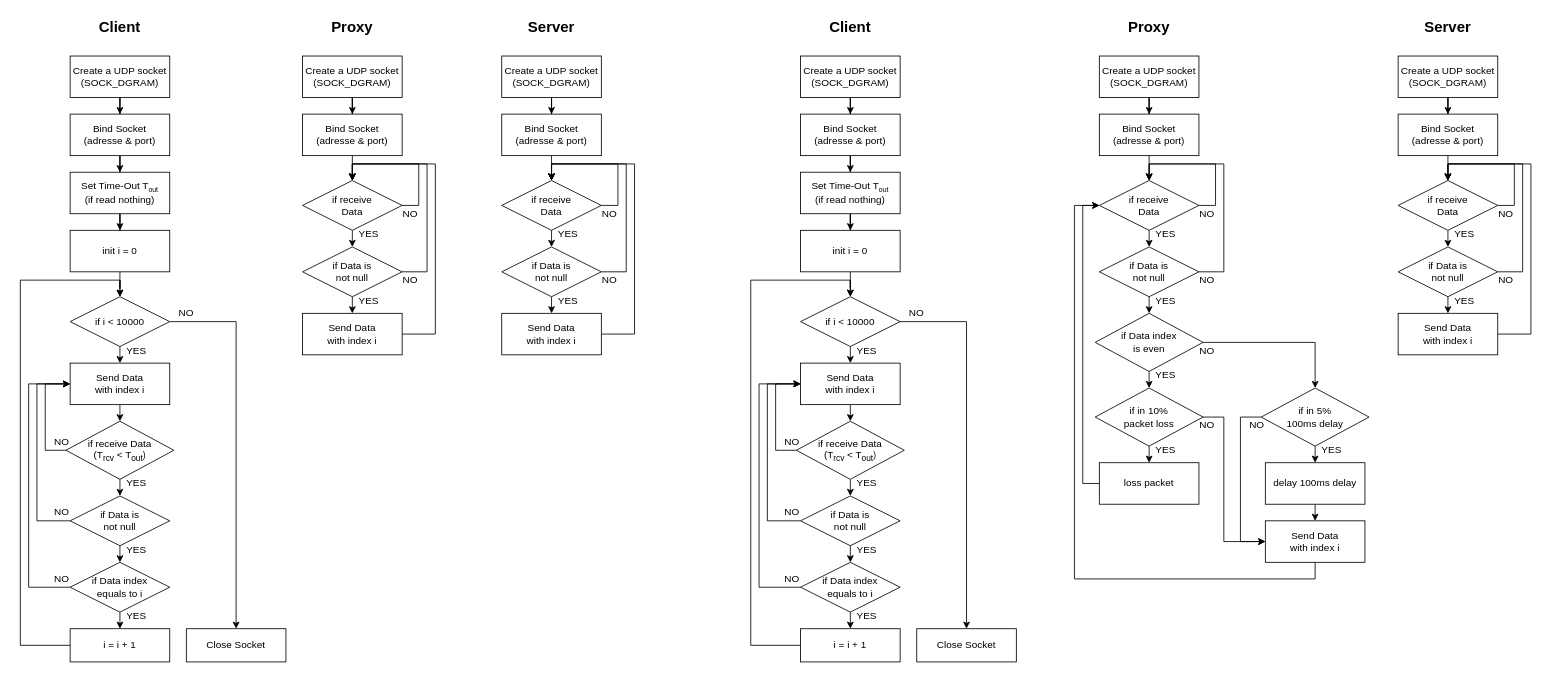
Before: flow chart.drawio in timlin0307/Socekt_Programming_Investigation, a draw.io diagram. Source tidied: cells renumbered, new cells numbered last; positions are measured from the earlier drawing's top-left corner, leaving out a move shared by most shapes. Both pictures are drawn from the tidied source at 83%, with x=0, y=0 at pixel (20, 14).
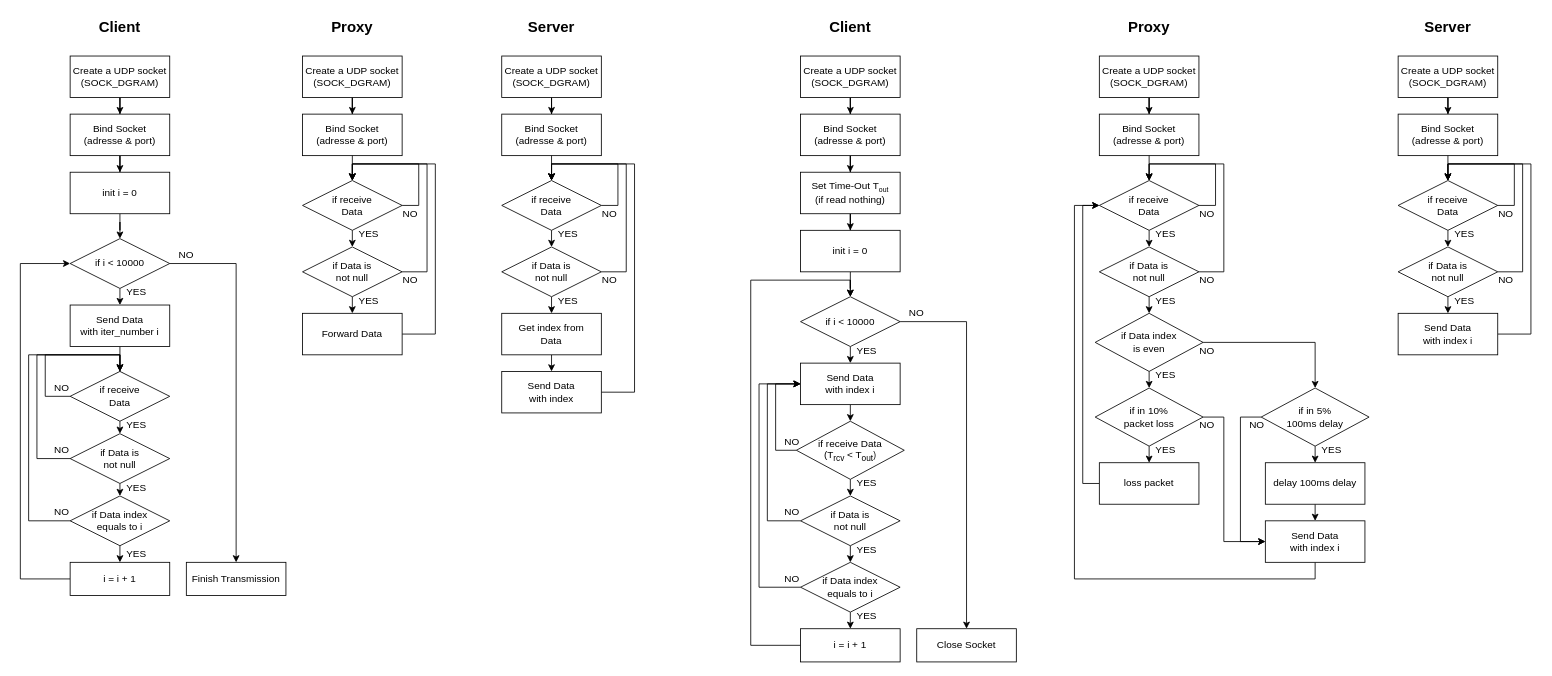
After the change.

Unchanged cells that the change refers to:
```xml
<mxCell id="5" value="Bind Socket&lt;br&gt;(adresse &amp;amp; port)" style="rounded=0;whiteSpace=wrap;html=1;" parent="1" vertex="1">
  <mxGeometry x="60" y="120" width="120" height="50" as="geometry" />
</mxCell>
<mxCell id="57" value="if receive&lt;br&gt;Data" style="rhombus;whiteSpace=wrap;html=1;" parent="1" vertex="1">
  <mxGeometry x="580" y="200" width="120" height="60" as="geometry" />
</mxCell>
```

Diff of the diagram source:
```diff
@@
-    <mxCell id="4" style="edgeStyle=orthogonalEdgeStyle;rounded=0;jettySize=auto;html=1;entryX=0.5;entryY=0;entryDx=0;entryDy=0;" parent="1" edge="1" source="5" target="7">
+    <mxCell id="4" style="edgeStyle=orthogonalEdgeStyle;rounded=0;jettySize=auto;html=1;entryX=0.5;entryY=0;entryDx=0;entryDy=0;" parent="1" edge="1" source="5" target="17">
       <mxGeometry relative="1" as="geometry" />
     </mxCell>
@@
-    <mxCell id="6" style="edgeStyle=orthogonalEdgeStyle;rounded=0;jettySize=auto;html=1;entryX=0.5;entryY=0;entryDx=0;entryDy=0;" parent="1" edge="1" source="7" target="17">
-      <mxGeometry relative="1" as="geometry" />
-    </mxCell>
-    <mxCell id="7" value="Set Time-Out T&lt;span style=&quot;font-size: 10px;&quot;&gt;&lt;sub&gt;out&lt;/sub&gt;&lt;/span&gt;&lt;br&gt;(if read nothing)" style="rounded=0;whiteSpace=wrap;html=1;" parent="1" vertex="1">
-      <mxGeometry x="60" y="190" width="120" height="50" as="geometry" />
-    </mxCell>
@@
     <mxCell id="10" value="if i &amp;lt; 10000" style="rhombus;whiteSpace=wrap;html=1;" parent="1" vertex="1">
-      <mxGeometry x="60" y="340" width="120" height="60" as="geometry" />
+      <mxGeometry x="60" y="270" width="120" height="60" as="geometry" />
     </mxCell>
-    <mxCell id="11" style="edgeStyle=orthogonalEdgeStyle;rounded=0;jettySize=auto;html=1;exitX=0.5;exitY=1;exitDx=0;exitDy=0;entryX=0.5;entryY=0;entryDx=0;entryDy=0;" parent="1" edge="1" source="12" target="15">
-      <mxGeometry relative="1" as="geometry" />
-    </mxCell>
+    <mxCell id="157" style="edgeStyle=orthogonalEdgeStyle;rounded=0;jettySize=auto;html=1;exitX=0.5;exitY=1;exitDx=0;exitDy=0;entryX=0.5;entryY=0;entryDx=0;entryDy=0;" parent="1" edge="1" source="12" target="162">
+      <mxGeometry relative="1" as="geometry" />
+    </mxCell>
-    <mxCell id="12" value="Send Data&lt;br&gt;with index i" style="rounded=0;whiteSpace=wrap;html=1;" parent="1" vertex="1">
-      <mxGeometry x="60" y="420" width="120" height="50" as="geometry" />
+    <mxCell id="12" value="Send Data&lt;br&gt;with iter_number i" style="rounded=0;whiteSpace=wrap;html=1;" parent="1" vertex="1">
+      <mxGeometry x="60" y="350" width="120" height="50" as="geometry" />
     </mxCell>
-    <mxCell id="13" style="edgeStyle=orthogonalEdgeStyle;rounded=0;jettySize=auto;html=1;exitX=0.5;exitY=1;exitDx=0;exitDy=0;entryX=0.5;entryY=0;entryDx=0;entryDy=0;" parent="1" edge="1" source="15" target="22">
+    <mxCell id="13" style="edgeStyle=orthogonalEdgeStyle;rounded=0;jettySize=auto;html=1;entryX=0.5;entryY=0;entryDx=0;entryDy=0;exitX=0.5;exitY=1;exitDx=0;exitDy=0;" parent="1" edge="1" source="162" target="22">
       <mxGeometry relative="1" as="geometry" />
     </mxCell>
-    <mxCell id="14" style="edgeStyle=orthogonalEdgeStyle;rounded=0;jettySize=auto;html=1;exitX=0;exitY=0.5;exitDx=0;exitDy=0;entryX=0;entryY=0.5;entryDx=0;entryDy=0;" parent="1" edge="1" source="15" target="12">
-      <mxGeometry relative="1" as="geometry">
-        <Array as="points">
-          <mxPoint x="30" y="525" />
-          <mxPoint x="30" y="445" />
-        </Array>
-      </mxGeometry>
-    </mxCell>
-    <mxCell id="15" value="if receive Data&lt;br&gt;(T&lt;sub&gt;rcv&lt;/sub&gt;&amp;nbsp;&amp;lt; T&lt;sub&gt;out&lt;/sub&gt;&lt;span style=&quot;font-size: 10px;&quot;&gt;)&lt;/span&gt;" style="rhombus;whiteSpace=wrap;html=1;" parent="1" vertex="1">
-      <mxGeometry x="55" y="490" width="130" height="70" as="geometry" />
-    </mxCell>
@@
     <mxCell id="17" value="init i = 0" style="rounded=0;whiteSpace=wrap;html=1;" parent="1" vertex="1">
-      <mxGeometry x="60" y="260" width="120" height="50" as="geometry" />
+      <mxGeometry x="60" y="190" width="120" height="50" as="geometry" />
     </mxCell>
-    <mxCell id="18" style="edgeStyle=orthogonalEdgeStyle;rounded=0;jettySize=auto;html=1;exitX=0;exitY=0.5;exitDx=0;exitDy=0;entryX=0.5;entryY=0;entryDx=0;entryDy=0;" parent="1" edge="1" source="19" target="10">
+    <mxCell id="18" style="edgeStyle=orthogonalEdgeStyle;rounded=0;jettySize=auto;html=1;exitX=0;exitY=0.5;exitDx=0;exitDy=0;entryX=0;entryY=0.5;entryDx=0;entryDy=0;" parent="1" edge="1" source="19" target="10">
       <mxGeometry relative="1" as="geometry">
         <Array as="points">
-          <mxPoint y="760" />
-          <mxPoint y="320" />
-          <mxPoint x="120" y="320" />
+          <mxPoint y="680" />
+          <mxPoint y="300" />
         </Array>
       </mxGeometry>
     </mxCell>
     <mxCell id="19" value="i = i + 1" style="rounded=0;whiteSpace=wrap;html=1;" parent="1" vertex="1">
-      <mxGeometry x="60" y="740" width="120" height="40" as="geometry" />
+      <mxGeometry x="60" y="660" width="120" height="40" as="geometry" />
     </mxCell>
@@
-    <mxCell id="21" style="edgeStyle=orthogonalEdgeStyle;rounded=0;jettySize=auto;html=1;exitX=0;exitY=0.5;exitDx=0;exitDy=0;entryX=0;entryY=0.5;entryDx=0;entryDy=0;" parent="1" edge="1" source="22" target="12">
-      <mxGeometry relative="1" as="geometry">
-        <Array as="points">
-          <mxPoint x="20" y="610" />
-          <mxPoint x="20" y="445" />
-        </Array>
-      </mxGeometry>
-    </mxCell>
     <mxCell id="22" value="if Data is&lt;br&gt;not null" style="rhombus;whiteSpace=wrap;html=1;" parent="1" vertex="1">
-      <mxGeometry x="60" y="580" width="120" height="60" as="geometry" />
+      <mxGeometry x="60" y="505" width="120" height="60" as="geometry" />
     </mxCell>
@@
-    <mxCell id="24" style="edgeStyle=orthogonalEdgeStyle;rounded=0;jettySize=auto;html=1;exitX=0;exitY=0.5;exitDx=0;exitDy=0;entryX=0;entryY=0.5;entryDx=0;entryDy=0;" parent="1" edge="1" source="25" target="12">
-      <mxGeometry relative="1" as="geometry">
-        <Array as="points">
-          <mxPoint x="10" y="690" />
-          <mxPoint x="10" y="445" />
-        </Array>
-      </mxGeometry>
-    </mxCell>
     <mxCell id="25" value="if Data index&lt;br&gt;equals to i" style="rhombus;whiteSpace=wrap;html=1;" parent="1" vertex="1">
-      <mxGeometry x="60" y="660" width="120" height="60" as="geometry" />
+      <mxGeometry x="60" y="580" width="120" height="60" as="geometry" />
     </mxCell>
     <mxCell id="26" value="YES" style="text;html=1;strokeColor=none;fillColor=none;align=center;verticalAlign=middle;whiteSpace=wrap;rounded=0;" parent="1" vertex="1">
-      <mxGeometry x="120" y="400" width="40" height="10" as="geometry" />
+      <mxGeometry x="120" y="330" width="40" height="10" as="geometry" />
     </mxCell>
     <mxCell id="27" value="YES" style="text;html=1;strokeColor=none;fillColor=none;align=center;verticalAlign=middle;whiteSpace=wrap;rounded=0;" parent="1" vertex="1">
-      <mxGeometry x="120" y="560" width="40" height="10" as="geometry" />
+      <mxGeometry x="120" y="490" width="40" height="10" as="geometry" />
     </mxCell>
     <mxCell id="28" value="YES" style="text;html=1;strokeColor=none;fillColor=none;align=center;verticalAlign=middle;whiteSpace=wrap;rounded=0;" parent="1" vertex="1">
-      <mxGeometry x="120" y="640" width="40" height="10" as="geometry" />
+      <mxGeometry x="120" y="565" width="40" height="10" as="geometry" />
     </mxCell>
     <mxCell id="29" value="YES" style="text;html=1;strokeColor=none;fillColor=none;align=center;verticalAlign=middle;whiteSpace=wrap;rounded=0;" parent="1" vertex="1">
-      <mxGeometry x="120" y="720" width="40" height="10" as="geometry" />
+      <mxGeometry x="120" y="645" width="40" height="10" as="geometry" />
     </mxCell>
-    <mxCell id="30" value="Close Socket" style="rounded=0;whiteSpace=wrap;html=1;" parent="1" vertex="1">
-      <mxGeometry x="200" y="740" width="120" height="40" as="geometry" />
+    <mxCell id="30" value="Finish Transmission" style="rounded=0;whiteSpace=wrap;html=1;" parent="1" vertex="1">
+      <mxGeometry x="200" y="660" width="120" height="40" as="geometry" />
     </mxCell>
     <mxCell id="31" value="NO" style="text;html=1;strokeColor=none;fillColor=none;align=center;verticalAlign=middle;whiteSpace=wrap;rounded=0;" parent="1" vertex="1">
-      <mxGeometry x="180" y="350" width="40" height="20" as="geometry" />
+      <mxGeometry x="180" y="280" width="40" height="20" as="geometry" />
     </mxCell>
-    <mxCell id="32" value="NO" style="text;html=1;strokeColor=none;fillColor=none;align=center;verticalAlign=middle;whiteSpace=wrap;rounded=0;" parent="1" vertex="1">
-      <mxGeometry x="30" y="510" width="40" height="10" as="geometry" />
-    </mxCell>
+    <mxCell id="158" style="edgeStyle=orthogonalEdgeStyle;rounded=0;jettySize=auto;html=1;exitX=0.75;exitY=1;exitDx=0;exitDy=0;entryX=0.5;entryY=0;entryDx=0;entryDy=0;" parent="1" edge="1" source="33" target="162">
+      <mxGeometry relative="1" as="geometry">
+        <Array as="points">
+          <mxPoint x="20" y="535" />
+          <mxPoint x="20" y="410" />
+          <mxPoint x="120" y="410" />
+        </Array>
+      </mxGeometry>
+    </mxCell>
     <mxCell id="33" value="NO" style="text;html=1;strokeColor=none;fillColor=none;align=center;verticalAlign=middle;whiteSpace=wrap;rounded=0;" parent="1" vertex="1">
-      <mxGeometry x="30" y="590" width="40" height="20" as="geometry" />
+      <mxGeometry x="30" y="515" width="40" height="20" as="geometry" />
     </mxCell>
+    <mxCell id="159" style="edgeStyle=orthogonalEdgeStyle;rounded=0;jettySize=auto;html=1;entryX=0.5;entryY=0;entryDx=0;entryDy=0;exitX=0.75;exitY=1;exitDx=0;exitDy=0;" parent="1" edge="1" source="34" target="162">
+      <mxGeometry relative="1" as="geometry">
+        <Array as="points">
+          <mxPoint x="10" y="610" />
+          <mxPoint x="10" y="410" />
+          <mxPoint x="120" y="410" />
+        </Array>
+      </mxGeometry>
+    </mxCell>
     <mxCell id="34" value="NO" style="text;html=1;strokeColor=none;fillColor=none;align=center;verticalAlign=middle;whiteSpace=wrap;rounded=0;" parent="1" vertex="1">
-      <mxGeometry x="30" y="670" width="40" height="20" as="geometry" />
+      <mxGeometry x="30" y="590" width="40" height="20" as="geometry" />
     </mxCell>
@@
-    <mxCell id="49" value="Send Data&lt;br&gt;with index i" style="rounded=0;whiteSpace=wrap;html=1;" parent="1" vertex="1">
+    <mxCell id="49" value="Forward Data" style="rounded=0;whiteSpace=wrap;html=1;" parent="1" vertex="1">
       <mxGeometry x="340" y="360" width="120" height="50" as="geometry" />
     </mxCell>
@@
-    <mxCell id="66" style="edgeStyle=orthogonalEdgeStyle;rounded=0;jettySize=auto;html=1;exitX=1;exitY=0.5;exitDx=0;exitDy=0;entryX=0.5;entryY=0;entryDx=0;entryDy=0;" parent="1" edge="1" source="67" target="57">
+    <mxCell id="66" style="edgeStyle=orthogonalEdgeStyle;rounded=0;jettySize=auto;html=1;exitX=1;exitY=0.5;exitDx=0;exitDy=0;entryX=0.5;entryY=0;entryDx=0;entryDy=0;" parent="1" edge="1" source="163" target="57">
       <mxGeometry relative="1" as="geometry">
         <Array as="points">
-          <mxPoint x="740" y="385" />
+          <mxPoint x="740" y="455" />
           <mxPoint x="740" y="180" />
           <mxPoint x="640" y="180" />
         </Array>
       </mxGeometry>
     </mxCell>
+    <mxCell id="160" style="edgeStyle=orthogonalEdgeStyle;rounded=0;jettySize=auto;html=1;exitX=0.5;exitY=1;exitDx=0;exitDy=0;entryX=0.5;entryY=0;entryDx=0;entryDy=0;" parent="1" edge="1" source="67" target="163">
+      <mxGeometry relative="1" as="geometry" />
+    </mxCell>
-    <mxCell id="67" value="Send Data&lt;br&gt;with index i" style="rounded=0;whiteSpace=wrap;html=1;" parent="1" vertex="1">
+    <mxCell id="67" value="Get index from&lt;br&gt;Data" style="rounded=0;whiteSpace=wrap;html=1;" parent="1" vertex="1">
       <mxGeometry x="580" y="360" width="120" height="50" as="geometry" />
     </mxCell>
@@
+    <mxCell id="161" style="edgeStyle=orthogonalEdgeStyle;rounded=0;jettySize=auto;html=1;exitX=0;exitY=0.5;exitDx=0;exitDy=0;" parent="1" edge="1" source="162">
+      <mxGeometry relative="1" as="geometry">
+        <mxPoint x="120" y="440" as="targetPoint" />
+        <Array as="points">
+          <mxPoint x="30" y="460" />
+          <mxPoint x="30" y="410" />
+          <mxPoint x="120" y="410" />
+        </Array>
+      </mxGeometry>
+    </mxCell>
+    <mxCell id="162" value="if receive&lt;br&gt;Data" style="rhombus;whiteSpace=wrap;html=1;" parent="1" vertex="1">
+      <mxGeometry x="60" y="430" width="120" height="60" as="geometry" />
+    </mxCell>
+    <mxCell id="32" value="NO" style="text;html=1;strokeColor=none;fillColor=none;align=center;verticalAlign=middle;whiteSpace=wrap;rounded=0;" parent="1" vertex="1">
+      <mxGeometry x="30" y="440" width="40" height="20" as="geometry" />
+    </mxCell>
+    <mxCell id="163" value="Send Data&lt;br&gt;with index" style="rounded=0;whiteSpace=wrap;html=1;" parent="1" vertex="1">
+      <mxGeometry x="580" y="430" width="120" height="50" as="geometry" />
+    </mxCell>
```
